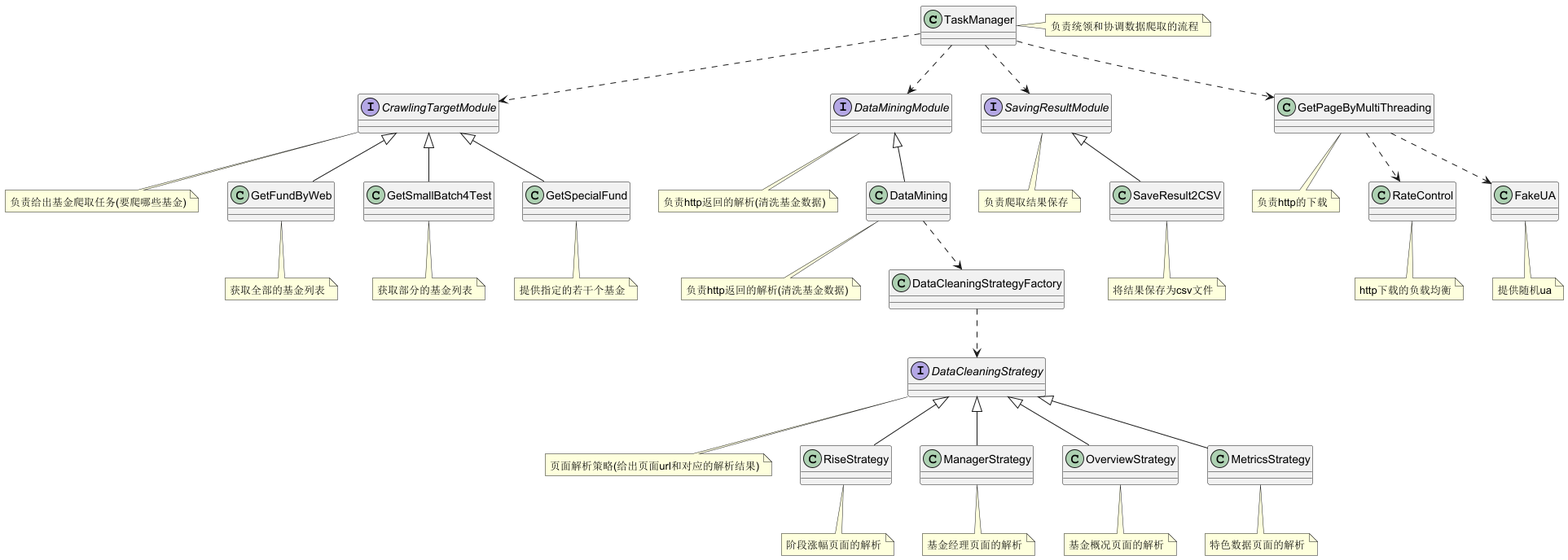
Before: docs/img/overview.png, a diagram exported from PlantUML (Jerry1014/FundCrawler).
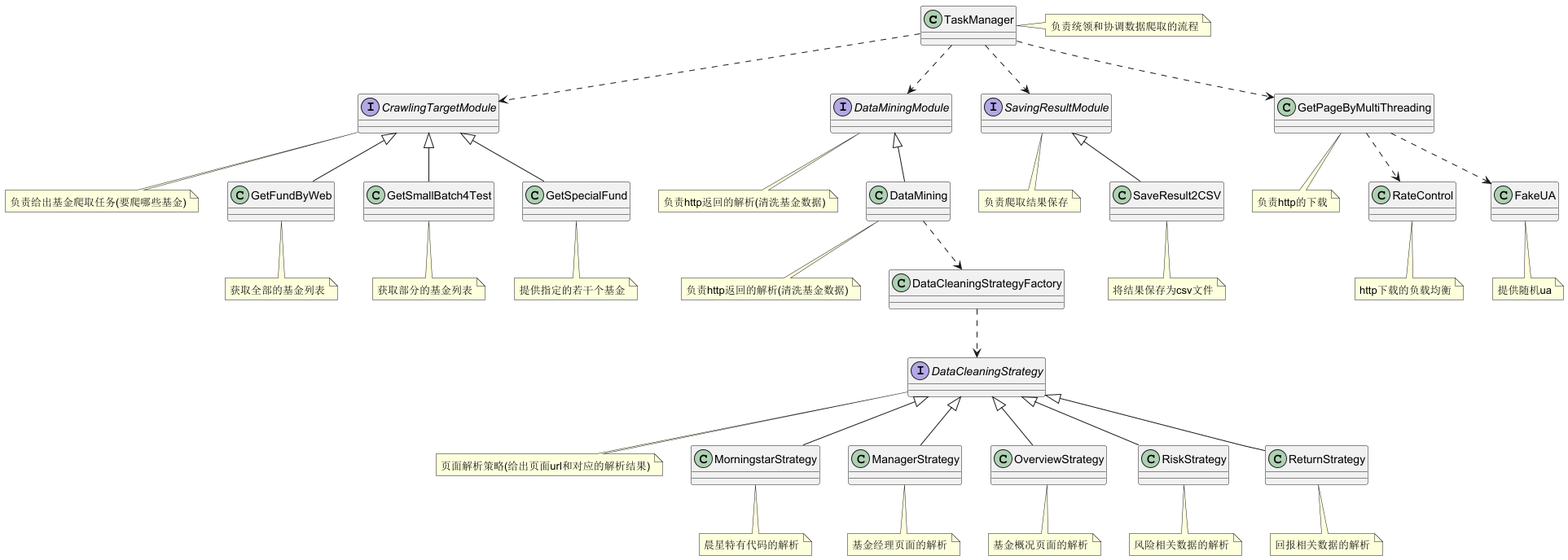
The same file after the commit.

What changed in the source:
```diff
@@ -42,18 +42,21 @@
 DataCleaningStrategyFactory .down.> DataCleaningStrategy
 interface DataCleaningStrategy
 note bottom: 页面解析策略(给出页面url和对应的解析结果)
-class RiseStrategy
-note bottom: 阶段涨幅页面的解析
+class MorningstarStrategy
+note bottom: 晨星特有代码的解析
 class ManagerStrategy
 note bottom: 基金经理页面的解析
 class OverviewStrategy
 note bottom: 基金概况页面的解析
-class MetricsStrategy
-note bottom: 特色数据页面的解析
-DataCleaningStrategy ^-down- RiseStrategy
+class RiskStrategy
+note bottom: 风险相关数据的解析
+class ReturnStrategy
+note bottom: 回报相关数据的解析
+DataCleaningStrategy ^-down- MorningstarStrategy
 DataCleaningStrategy ^-down- ManagerStrategy
 DataCleaningStrategy ^-down- OverviewStrategy
-DataCleaningStrategy ^-down- MetricsStrategy
+DataCleaningStrategy ^-down- RiskStrategy
+DataCleaningStrategy ^-down- ReturnStrategy
 
 class SaveResult2CSV
 note bottom: 将结果保存为csv文件
```
